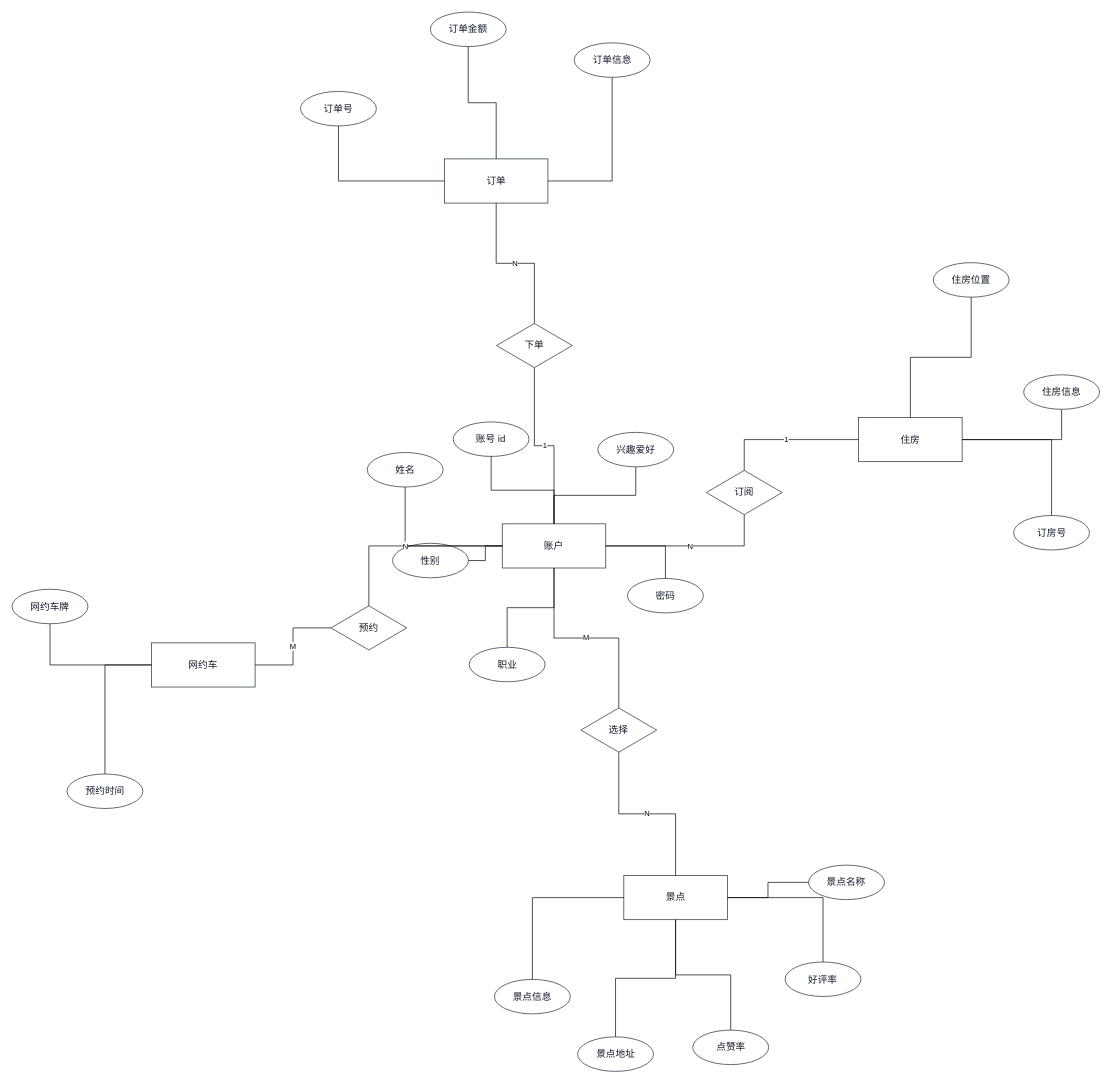
Above: examples/19-chen-er/chen-er.drawio in XU-QiYi/ai-diagram-tool (draw.io), before the change. Source tidied: cells renumbered, new cells numbered last; positions are measured from the earlier drawing's top-left corner, leaving out a move shared by most shapes. Both pictures are drawn from the tidied source at 69%, with x=0, y=0 at pixel (12, 12).
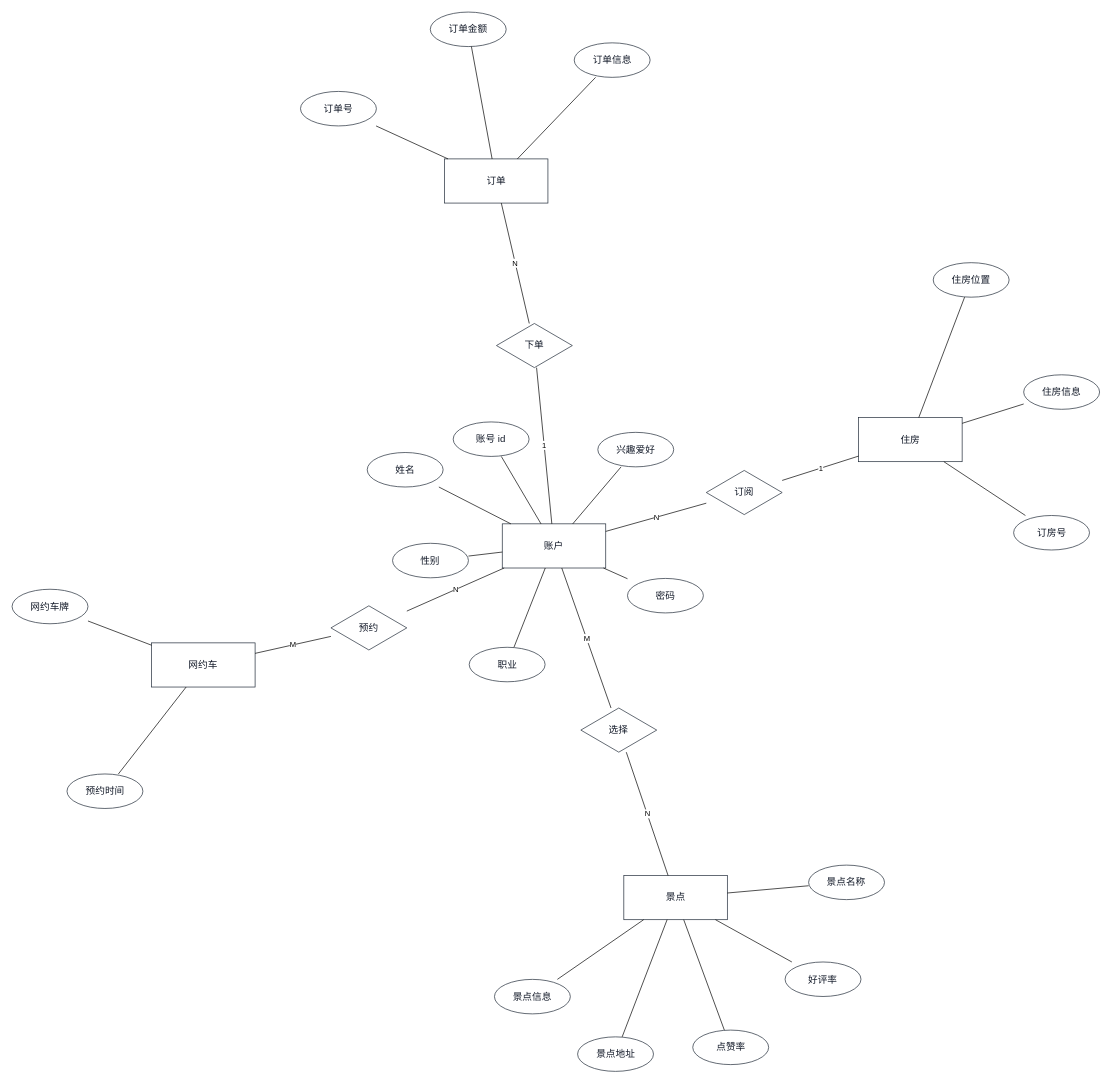
After the change.

The change refers to these unchanged cells:
```xml
<mxCell id="2" value="景点" style="whiteSpace=wrap;html=1;shape=rectangle;rounded=0;fillColor=#FFFFFF;strokeColor=#1F2937;fontColor=#111827;fontSize=14;strokeWidth=1;spacing=8;" parent="1" vertex="1">
<mxCell id="3" value="账户" style="whiteSpace=wrap;html=1;shape=rectangle;rounded=0;fillColor=#FFFFFF;strokeColor=#1F2937;fontColor=#111827;fontSize=14;strokeWidth=1;spacing=8;" parent="1" vertex="1">
<mxCell id="4" value="订单" style="whiteSpace=wrap;html=1;shape=rectangle;rounded=0;fillColor=#FFFFFF;strokeColor=#1F2937;fontColor=#111827;fontSize=14;strokeWidth=1;spacing=8;" parent="1" vertex="1">
<mxCell id="5" value="住房" style="whiteSpace=wrap;html=1;shape=rectangle;rounded=0;fillColor=#FFFFFF;strokeColor=#1F2937;fontColor=#111827;fontSize=14;strokeWidth=1;spacing=8;" parent="1" vertex="1">
<mxCell id="6" value="网约车" style="whiteSpace=wrap;html=1;shape=rectangle;rounded=0;fillColor=#FFFFFF;strokeColor=#1F2937;fontColor=#111827;fontSize=14;strokeWidth=1;spacing=8;" parent="1" vertex="1">
<mxCell id="7" value="景点名称" style="whiteSpace=wrap;html=1;shape=ellipse;fillColor=#FFFFFF;strokeColor=#1F2937;fontColor=#111827;fontSize=14;strokeWidth=1;spacing=8;" parent="1" vertex="1">
<mxCell id="8" value="好评率" style="whiteSpace=wrap;html=1;shape=ellipse;fillColor=#FFFFFF;strokeColor=#1F2937;fontColor=#111827;fontSize=14;strokeWidth=1;spacing=8;" parent="1" vertex="1">
<mxCell id="9" value="点赞率" style="whiteSpace=wrap;html=1;shape=ellipse;fillColor=#FFFFFF;strokeColor=#1F2937;fontColor=#111827;fontSize=14;strokeWidth=1;spacing=8;" parent="1" vertex="1">
<mxCell id="10" value="景点地址" style="whiteSpace=wrap;html=1;shape=ellipse;fillColor=#FFFFFF;strokeColor=#1F2937;fontColor=#111827;fontSize=14;strokeWidth=1;spacing=8;" parent="1" vertex="1">
<mxCell id="11" value="景点信息" style="whiteSpace=wrap;html=1;shape=ellipse;fillColor=#FFFFFF;strokeColor=#1F2937;fontColor=#111827;fontSize=14;strokeWidth=1;spacing=8;" parent="1" vertex="1">
<mxCell id="12" value="账号 id" style="whiteSpace=wrap;html=1;shape=ellipse;fillColor=#FFFFFF;strokeColor=#1F2937;fontColor=#111827;fontSize=14;strokeWidth=1;spacing=8;" parent="1" vertex="1">
<mxCell id="13" value="姓名" style="whiteSpace=wrap;html=1;shape=ellipse;fillColor=#FFFFFF;strokeColor=#1F2937;fontColor=#111827;fontSize=14;strokeWidth=1;spacing=8;" parent="1" vertex="1">
<mxCell id="14" value="密码" style="whiteSpace=wrap;html=1;shape=ellipse;fillColor=#FFFFFF;strokeColor=#1F2937;fontColor=#111827;fontSize=14;strokeWidth=1;spacing=8;" parent="1" vertex="1">
<mxCell id="15" value="性别" style="whiteSpace=wrap;html=1;shape=ellipse;fillColor=#FFFFFF;strokeColor=#1F2937;fontColor=#111827;fontSize=14;strokeWidth=1;spacing=8;" parent="1" vertex="1">
<mxCell id="16" value="兴趣爱好" style="whiteSpace=wrap;html=1;shape=ellipse;fillColor=#FFFFFF;strokeColor=#1F2937;fontColor=#111827;fontSize=14;strokeWidth=1;spacing=8;" parent="1" vertex="1">
<mxCell id="17" value="职业" style="whiteSpace=wrap;html=1;shape=ellipse;fillColor=#FFFFFF;strokeColor=#1F2937;fontColor=#111827;fontSize=14;strokeWidth=1;spacing=8;" parent="1" vertex="1">
<mxCell id="18" value="订单号" style="whiteSpace=wrap;html=1;shape=ellipse;fillColor=#FFFFFF;strokeColor=#1F2937;fontColor=#111827;fontSize=14;strokeWidth=1;spacing=8;" parent="1" vertex="1">
<mxCell id="19" value="订单金额" style="whiteSpace=wrap;html=1;shape=ellipse;fillColor=#FFFFFF;strokeColor=#1F2937;fontColor=#111827;fontSize=14;strokeWidth=1;spacing=8;" parent="1" vertex="1">
<mxCell id="20" value="订单信息" style="whiteSpace=wrap;html=1;shape=ellipse;fillColor=#FFFFFF;strokeColor=#1F2937;fontColor=#111827;fontSize=14;strokeWidth=1;spacing=8;" parent="1" vertex="1">
<mxCell id="21" value="住房位置" style="whiteSpace=wrap;html=1;shape=ellipse;fillColor=#FFFFFF;strokeColor=#1F2937;fontColor=#111827;fontSize=14;strokeWidth=1;spacing=8;" parent="1" vertex="1">
<mxCell id="22" value="住房信息" style="whiteSpace=wrap;html=1;shape=ellipse;fillColor=#FFFFFF;strokeColor=#1F2937;fontColor=#111827;fontSize=14;strokeWidth=1;spacing=8;" parent="1" vertex="1">
<mxCell id="23" value="订房号" style="whiteSpace=wrap;html=1;shape=ellipse;fillColor=#FFFFFF;strokeColor=#1F2937;fontColor=#111827;fontSize=14;strokeWidth=1;spacing=8;" parent="1" vertex="1">
<mxCell id="24" value="网约车牌" style="whiteSpace=wrap;html=1;shape=ellipse;fillColor=#FFFFFF;strokeColor=#1F2937;fontColor=#111827;fontSize=14;strokeWidth=1;spacing=8;" parent="1" vertex="1">
<mxCell id="25" value="预约时间" style="whiteSpace=wrap;html=1;shape=ellipse;fillColor=#FFFFFF;strokeColor=#1F2937;fontColor=#111827;fontSize=14;strokeWidth=1;spacing=8;" parent="1" vertex="1">
<mxCell id="26" value="选择" style="whiteSpace=wrap;html=1;shape=rhombus;fillColor=#FFFFFF;strokeColor=#1F2937;fontColor=#111827;fontSize=14;strokeWidth=1;spacing=8;" parent="1" vertex="1">
<mxCell id="27" value="下单" style="whiteSpace=wrap;html=1;shape=rhombus;fillColor=#FFFFFF;strokeColor=#1F2937;fontColor=#111827;fontSize=14;strokeWidth=1;spacing=8;" parent="1" vertex="1">
<mxCell id="28" value="订阅" style="whiteSpace=wrap;html=1;shape=rhombus;fillColor=#FFFFFF;strokeColor=#1F2937;fontColor=#111827;fontSize=14;strokeWidth=1;spacing=8;" parent="1" vertex="1">
<mxCell id="29" value="预约" style="whiteSpace=wrap;html=1;shape=rhombus;fillColor=#FFFFFF;strokeColor=#1F2937;fontColor=#111827;fontSize=14;strokeWidth=1;spacing=8;" parent="1" vertex="1">
```

What changed in the source:
```diff
@@
-    <mxCell id="30" style="edgeStyle=orthogonalEdgeStyle;rounded=0;jettySize=auto;html=1;strokeColor=#000000;fontColor=#000000;endArrow=none;strokeColor=#000000;fontColor=#000000;" parent="1" edge="1" source="2" target="7">
+    <mxCell id="30" style="edgeStyle=orthogonalEdgeStyle;rounded=0;jettySize=auto;html=1;strokeColor=#000000;fontColor=#000000;endArrow=none;edgeStyle=none;strokeColor=#000000;fontColor=#000000;" parent="1" edge="1" source="2" target="7">
       <mxGeometry relative="1" as="geometry" />
     </mxCell>
-    <mxCell id="31" style="edgeStyle=orthogonalEdgeStyle;rounded=0;jettySize=auto;html=1;strokeColor=#000000;fontColor=#000000;endArrow=none;strokeColor=#000000;fontColor=#000000;" parent="1" edge="1" source="2" target="8">
+    <mxCell id="31" style="edgeStyle=orthogonalEdgeStyle;rounded=0;jettySize=auto;html=1;strokeColor=#000000;fontColor=#000000;endArrow=none;edgeStyle=none;strokeColor=#000000;fontColor=#000000;" parent="1" edge="1" source="2" target="8">
       <mxGeometry relative="1" as="geometry" />
     </mxCell>
-    <mxCell id="32" style="edgeStyle=orthogonalEdgeStyle;rounded=0;jettySize=auto;html=1;strokeColor=#000000;fontColor=#000000;endArrow=none;strokeColor=#000000;fontColor=#000000;" parent="1" edge="1" source="2" target="9">
+    <mxCell id="32" style="edgeStyle=orthogonalEdgeStyle;rounded=0;jettySize=auto;html=1;strokeColor=#000000;fontColor=#000000;endArrow=none;edgeStyle=none;strokeColor=#000000;fontColor=#000000;" parent="1" edge="1" source="2" target="9">
       <mxGeometry relative="1" as="geometry" />
     </mxCell>
-    <mxCell id="33" style="edgeStyle=orthogonalEdgeStyle;rounded=0;jettySize=auto;html=1;strokeColor=#000000;fontColor=#000000;endArrow=none;strokeColor=#000000;fontColor=#000000;" parent="1" edge="1" source="2" target="10">
+    <mxCell id="33" style="edgeStyle=orthogonalEdgeStyle;rounded=0;jettySize=auto;html=1;strokeColor=#000000;fontColor=#000000;endArrow=none;edgeStyle=none;strokeColor=#000000;fontColor=#000000;" parent="1" edge="1" source="2" target="10">
       <mxGeometry relative="1" as="geometry" />
     </mxCell>
-    <mxCell id="34" style="edgeStyle=orthogonalEdgeStyle;rounded=0;jettySize=auto;html=1;strokeColor=#000000;fontColor=#000000;endArrow=none;strokeColor=#000000;fontColor=#000000;" parent="1" edge="1" source="2" target="11">
+    <mxCell id="34" style="edgeStyle=orthogonalEdgeStyle;rounded=0;jettySize=auto;html=1;strokeColor=#000000;fontColor=#000000;endArrow=none;edgeStyle=none;strokeColor=#000000;fontColor=#000000;" parent="1" edge="1" source="2" target="11">
       <mxGeometry relative="1" as="geometry" />
     </mxCell>
-    <mxCell id="35" style="edgeStyle=orthogonalEdgeStyle;rounded=0;jettySize=auto;html=1;strokeColor=#000000;fontColor=#000000;endArrow=none;strokeColor=#000000;fontColor=#000000;" parent="1" edge="1" source="3" target="12">
+    <mxCell id="35" style="edgeStyle=orthogonalEdgeStyle;rounded=0;jettySize=auto;html=1;strokeColor=#000000;fontColor=#000000;endArrow=none;edgeStyle=none;strokeColor=#000000;fontColor=#000000;" parent="1" edge="1" source="3" target="12">
       <mxGeometry relative="1" as="geometry" />
     </mxCell>
-    <mxCell id="36" style="edgeStyle=orthogonalEdgeStyle;rounded=0;jettySize=auto;html=1;strokeColor=#000000;fontColor=#000000;endArrow=none;strokeColor=#000000;fontColor=#000000;" parent="1" edge="1" source="3" target="13">
+    <mxCell id="36" style="edgeStyle=orthogonalEdgeStyle;rounded=0;jettySize=auto;html=1;strokeColor=#000000;fontColor=#000000;endArrow=none;edgeStyle=none;strokeColor=#000000;fontColor=#000000;" parent="1" edge="1" source="3" target="13">
       <mxGeometry relative="1" as="geometry" />
     </mxCell>
-    <mxCell id="37" style="edgeStyle=orthogonalEdgeStyle;rounded=0;jettySize=auto;html=1;strokeColor=#000000;fontColor=#000000;endArrow=none;strokeColor=#000000;fontColor=#000000;" parent="1" edge="1" source="3" target="14">
+    <mxCell id="37" style="edgeStyle=orthogonalEdgeStyle;rounded=0;jettySize=auto;html=1;strokeColor=#000000;fontColor=#000000;endArrow=none;edgeStyle=none;strokeColor=#000000;fontColor=#000000;" parent="1" edge="1" source="3" target="14">
       <mxGeometry relative="1" as="geometry" />
     </mxCell>
-    <mxCell id="38" style="edgeStyle=orthogonalEdgeStyle;rounded=0;jettySize=auto;html=1;strokeColor=#000000;fontColor=#000000;endArrow=none;strokeColor=#000000;fontColor=#000000;" parent="1" edge="1" source="3" target="15">
+    <mxCell id="38" style="edgeStyle=orthogonalEdgeStyle;rounded=0;jettySize=auto;html=1;strokeColor=#000000;fontColor=#000000;endArrow=none;edgeStyle=none;strokeColor=#000000;fontColor=#000000;" parent="1" edge="1" source="3" target="15">
       <mxGeometry relative="1" as="geometry" />
     </mxCell>
-    <mxCell id="39" style="edgeStyle=orthogonalEdgeStyle;rounded=0;jettySize=auto;html=1;strokeColor=#000000;fontColor=#000000;endArrow=none;strokeColor=#000000;fontColor=#000000;" parent="1" edge="1" source="3" target="16">
+    <mxCell id="39" style="edgeStyle=orthogonalEdgeStyle;rounded=0;jettySize=auto;html=1;strokeColor=#000000;fontColor=#000000;endArrow=none;edgeStyle=none;strokeColor=#000000;fontColor=#000000;" parent="1" edge="1" source="3" target="16">
       <mxGeometry relative="1" as="geometry" />
     </mxCell>
-    <mxCell id="40" style="edgeStyle=orthogonalEdgeStyle;rounded=0;jettySize=auto;html=1;strokeColor=#000000;fontColor=#000000;endArrow=none;strokeColor=#000000;fontColor=#000000;" parent="1" edge="1" source="3" target="17">
+    <mxCell id="40" style="edgeStyle=orthogonalEdgeStyle;rounded=0;jettySize=auto;html=1;strokeColor=#000000;fontColor=#000000;endArrow=none;edgeStyle=none;strokeColor=#000000;fontColor=#000000;" parent="1" edge="1" source="3" target="17">
       <mxGeometry relative="1" as="geometry" />
     </mxCell>
-    <mxCell id="41" style="edgeStyle=orthogonalEdgeStyle;rounded=0;jettySize=auto;html=1;strokeColor=#000000;fontColor=#000000;endArrow=none;strokeColor=#000000;fontColor=#000000;" parent="1" edge="1" source="4" target="18">
+    <mxCell id="41" style="edgeStyle=orthogonalEdgeStyle;rounded=0;jettySize=auto;html=1;strokeColor=#000000;fontColor=#000000;endArrow=none;edgeStyle=none;strokeColor=#000000;fontColor=#000000;" parent="1" edge="1" source="4" target="18">
       <mxGeometry relative="1" as="geometry" />
     </mxCell>
-    <mxCell id="42" style="edgeStyle=orthogonalEdgeStyle;rounded=0;jettySize=auto;html=1;strokeColor=#000000;fontColor=#000000;endArrow=none;strokeColor=#000000;fontColor=#000000;" parent="1" edge="1" source="4" target="19">
+    <mxCell id="42" style="edgeStyle=orthogonalEdgeStyle;rounded=0;jettySize=auto;html=1;strokeColor=#000000;fontColor=#000000;endArrow=none;edgeStyle=none;strokeColor=#000000;fontColor=#000000;" parent="1" edge="1" source="4" target="19">
       <mxGeometry relative="1" as="geometry" />
     </mxCell>
-    <mxCell id="43" style="edgeStyle=orthogonalEdgeStyle;rounded=0;jettySize=auto;html=1;strokeColor=#000000;fontColor=#000000;endArrow=none;strokeColor=#000000;fontColor=#000000;" parent="1" edge="1" source="4" target="20">
+    <mxCell id="43" style="edgeStyle=orthogonalEdgeStyle;rounded=0;jettySize=auto;html=1;strokeColor=#000000;fontColor=#000000;endArrow=none;edgeStyle=none;strokeColor=#000000;fontColor=#000000;" parent="1" edge="1" source="4" target="20">
       <mxGeometry relative="1" as="geometry" />
     </mxCell>
-    <mxCell id="44" style="edgeStyle=orthogonalEdgeStyle;rounded=0;jettySize=auto;html=1;strokeColor=#000000;fontColor=#000000;endArrow=none;strokeColor=#000000;fontColor=#000000;" parent="1" edge="1" source="5" target="21">
+    <mxCell id="44" style="edgeStyle=orthogonalEdgeStyle;rounded=0;jettySize=auto;html=1;strokeColor=#000000;fontColor=#000000;endArrow=none;edgeStyle=none;strokeColor=#000000;fontColor=#000000;" parent="1" edge="1" source="5" target="21">
       <mxGeometry relative="1" as="geometry" />
     </mxCell>
-    <mxCell id="45" style="edgeStyle=orthogonalEdgeStyle;rounded=0;jettySize=auto;html=1;strokeColor=#000000;fontColor=#000000;endArrow=none;strokeColor=#000000;fontColor=#000000;" parent="1" edge="1" source="5" target="22">
+    <mxCell id="45" style="edgeStyle=orthogonalEdgeStyle;rounded=0;jettySize=auto;html=1;strokeColor=#000000;fontColor=#000000;endArrow=none;edgeStyle=none;strokeColor=#000000;fontColor=#000000;" parent="1" edge="1" source="5" target="22">
       <mxGeometry relative="1" as="geometry" />
     </mxCell>
-    <mxCell id="46" style="edgeStyle=orthogonalEdgeStyle;rounded=0;jettySize=auto;html=1;strokeColor=#000000;fontColor=#000000;endArrow=none;strokeColor=#000000;fontColor=#000000;" parent="1" edge="1" source="5" target="23">
+    <mxCell id="46" style="edgeStyle=orthogonalEdgeStyle;rounded=0;jettySize=auto;html=1;strokeColor=#000000;fontColor=#000000;endArrow=none;edgeStyle=none;strokeColor=#000000;fontColor=#000000;" parent="1" edge="1" source="5" target="23">
       <mxGeometry relative="1" as="geometry" />
     </mxCell>
-    <mxCell id="47" style="edgeStyle=orthogonalEdgeStyle;rounded=0;jettySize=auto;html=1;strokeColor=#000000;fontColor=#000000;endArrow=none;strokeColor=#000000;fontColor=#000000;" parent="1" edge="1" source="6" target="24">
+    <mxCell id="47" style="edgeStyle=orthogonalEdgeStyle;rounded=0;jettySize=auto;html=1;strokeColor=#000000;fontColor=#000000;endArrow=none;edgeStyle=none;strokeColor=#000000;fontColor=#000000;" parent="1" edge="1" source="6" target="24">
       <mxGeometry relative="1" as="geometry" />
     </mxCell>
-    <mxCell id="48" style="edgeStyle=orthogonalEdgeStyle;rounded=0;jettySize=auto;html=1;strokeColor=#000000;fontColor=#000000;endArrow=none;strokeColor=#000000;fontColor=#000000;" parent="1" edge="1" source="6" target="25">
+    <mxCell id="48" style="edgeStyle=orthogonalEdgeStyle;rounded=0;jettySize=auto;html=1;strokeColor=#000000;fontColor=#000000;endArrow=none;edgeStyle=none;strokeColor=#000000;fontColor=#000000;" parent="1" edge="1" source="6" target="25">
       <mxGeometry relative="1" as="geometry" />
     </mxCell>
-    <mxCell id="49" value="M" style="edgeStyle=orthogonalEdgeStyle;rounded=0;jettySize=auto;html=1;strokeColor=#000000;fontColor=#000000;endArrow=none;strokeColor=#000000;fontColor=#000000;" parent="1" edge="1" source="3" target="26">
+    <mxCell id="49" value="M" style="edgeStyle=orthogonalEdgeStyle;rounded=0;jettySize=auto;html=1;strokeColor=#000000;fontColor=#000000;endArrow=none;edgeStyle=none;strokeColor=#000000;fontColor=#000000;" parent="1" edge="1" source="3" target="26">
       <mxGeometry relative="1" as="geometry" />
     </mxCell>
-    <mxCell id="50" value="N" style="edgeStyle=orthogonalEdgeStyle;rounded=0;jettySize=auto;html=1;strokeColor=#000000;fontColor=#000000;endArrow=none;strokeColor=#000000;fontColor=#000000;" parent="1" edge="1" source="2" target="26">
+    <mxCell id="50" value="N" style="edgeStyle=orthogonalEdgeStyle;rounded=0;jettySize=auto;html=1;strokeColor=#000000;fontColor=#000000;endArrow=none;edgeStyle=none;strokeColor=#000000;fontColor=#000000;" parent="1" edge="1" source="2" target="26">
       <mxGeometry relative="1" as="geometry" />
     </mxCell>
-    <mxCell id="51" value="1" style="edgeStyle=orthogonalEdgeStyle;rounded=0;jettySize=auto;html=1;strokeColor=#000000;fontColor=#000000;endArrow=none;strokeColor=#000000;fontColor=#000000;" parent="1" edge="1" source="3" target="27">
+    <mxCell id="51" value="1" style="edgeStyle=orthogonalEdgeStyle;rounded=0;jettySize=auto;html=1;strokeColor=#000000;fontColor=#000000;endArrow=none;edgeStyle=none;strokeColor=#000000;fontColor=#000000;" parent="1" edge="1" source="3" target="27">
       <mxGeometry relative="1" as="geometry" />
     </mxCell>
-    <mxCell id="52" value="N" style="edgeStyle=orthogonalEdgeStyle;rounded=0;jettySize=auto;html=1;strokeColor=#000000;fontColor=#000000;endArrow=none;strokeColor=#000000;fontColor=#000000;" parent="1" edge="1" source="4" target="27">
+    <mxCell id="52" value="N" style="edgeStyle=orthogonalEdgeStyle;rounded=0;jettySize=auto;html=1;strokeColor=#000000;fontColor=#000000;endArrow=none;edgeStyle=none;strokeColor=#000000;fontColor=#000000;" parent="1" edge="1" source="4" target="27">
       <mxGeometry relative="1" as="geometry" />
     </mxCell>
-    <mxCell id="53" value="N" style="edgeStyle=orthogonalEdgeStyle;rounded=0;jettySize=auto;html=1;strokeColor=#000000;fontColor=#000000;endArrow=none;strokeColor=#000000;fontColor=#000000;" parent="1" edge="1" source="3" target="28">
+    <mxCell id="53" value="N" style="edgeStyle=orthogonalEdgeStyle;rounded=0;jettySize=auto;html=1;strokeColor=#000000;fontColor=#000000;endArrow=none;edgeStyle=none;strokeColor=#000000;fontColor=#000000;" parent="1" edge="1" source="3" target="28">
       <mxGeometry relative="1" as="geometry" />
     </mxCell>
-    <mxCell id="54" value="1" style="edgeStyle=orthogonalEdgeStyle;rounded=0;jettySize=auto;html=1;strokeColor=#000000;fontColor=#000000;endArrow=none;strokeColor=#000000;fontColor=#000000;" parent="1" edge="1" source="5" target="28">
+    <mxCell id="54" value="1" style="edgeStyle=orthogonalEdgeStyle;rounded=0;jettySize=auto;html=1;strokeColor=#000000;fontColor=#000000;endArrow=none;edgeStyle=none;strokeColor=#000000;fontColor=#000000;" parent="1" edge="1" source="5" target="28">
       <mxGeometry relative="1" as="geometry" />
     </mxCell>
-    <mxCell id="55" value="N" style="edgeStyle=orthogonalEdgeStyle;rounded=0;jettySize=auto;html=1;strokeColor=#000000;fontColor=#000000;endArrow=none;strokeColor=#000000;fontColor=#000000;" parent="1" edge="1" source="3" target="29">
+    <mxCell id="55" value="N" style="edgeStyle=orthogonalEdgeStyle;rounded=0;jettySize=auto;html=1;strokeColor=#000000;fontColor=#000000;endArrow=none;edgeStyle=none;strokeColor=#000000;fontColor=#000000;" parent="1" edge="1" source="3" target="29">
       <mxGeometry relative="1" as="geometry" />
     </mxCell>
-    <mxCell id="56" value="M" style="edgeStyle=orthogonalEdgeStyle;rounded=0;jettySize=auto;html=1;strokeColor=#000000;fontColor=#000000;endArrow=none;strokeColor=#000000;fontColor=#000000;" parent="1" edge="1" source="6" target="29">
+    <mxCell id="56" value="M" style="edgeStyle=orthogonalEdgeStyle;rounded=0;jettySize=auto;html=1;strokeColor=#000000;fontColor=#000000;endArrow=none;edgeStyle=none;strokeColor=#000000;fontColor=#000000;" parent="1" edge="1" source="6" target="29">
       <mxGeometry relative="1" as="geometry" />
     </mxCell>
```
